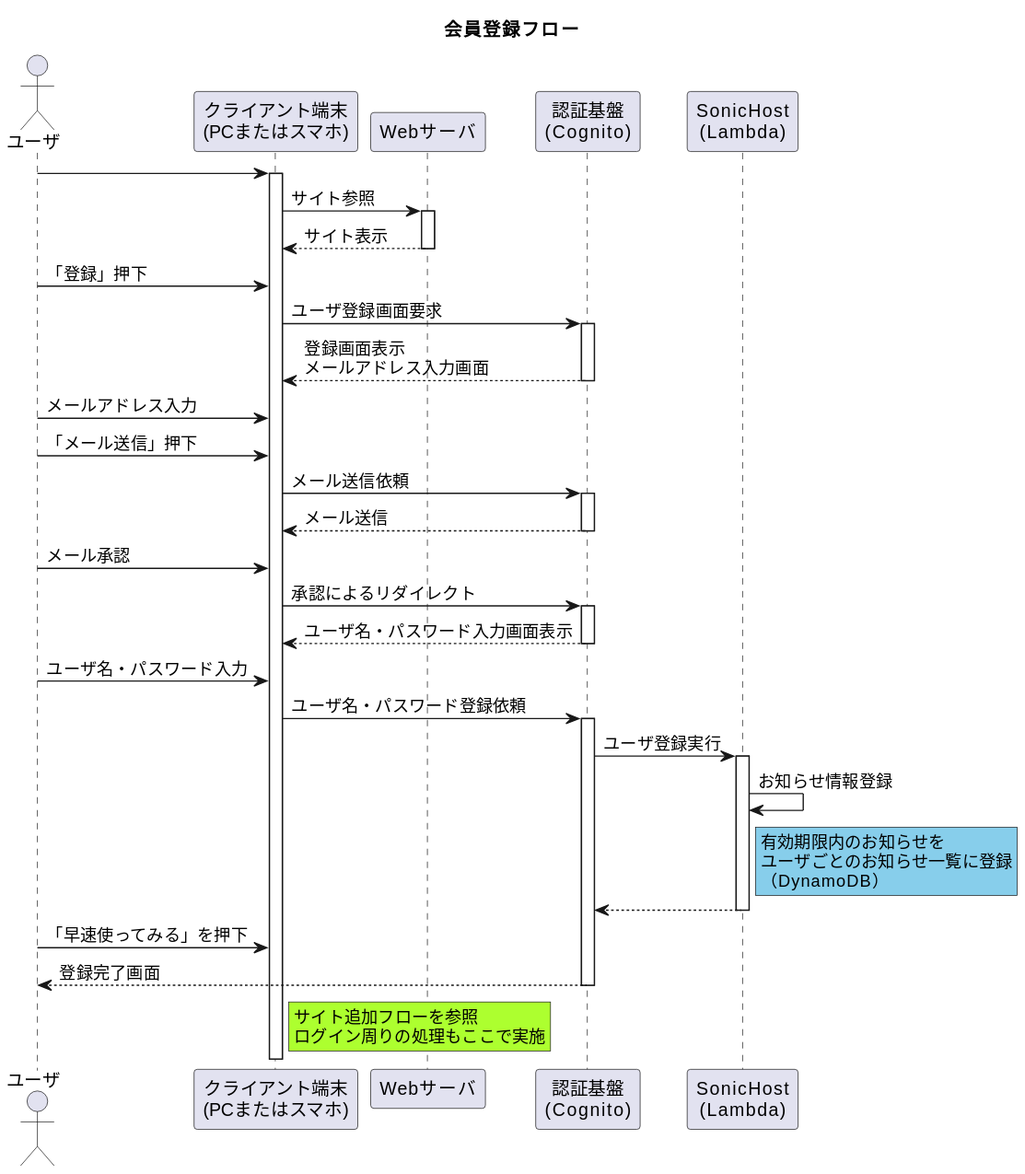
Above: 01_Sequences/01_UserRegistration/01_Registeration_Flow/registFlow.svg in Sonic-Host/documents (PlantUML), before the change.
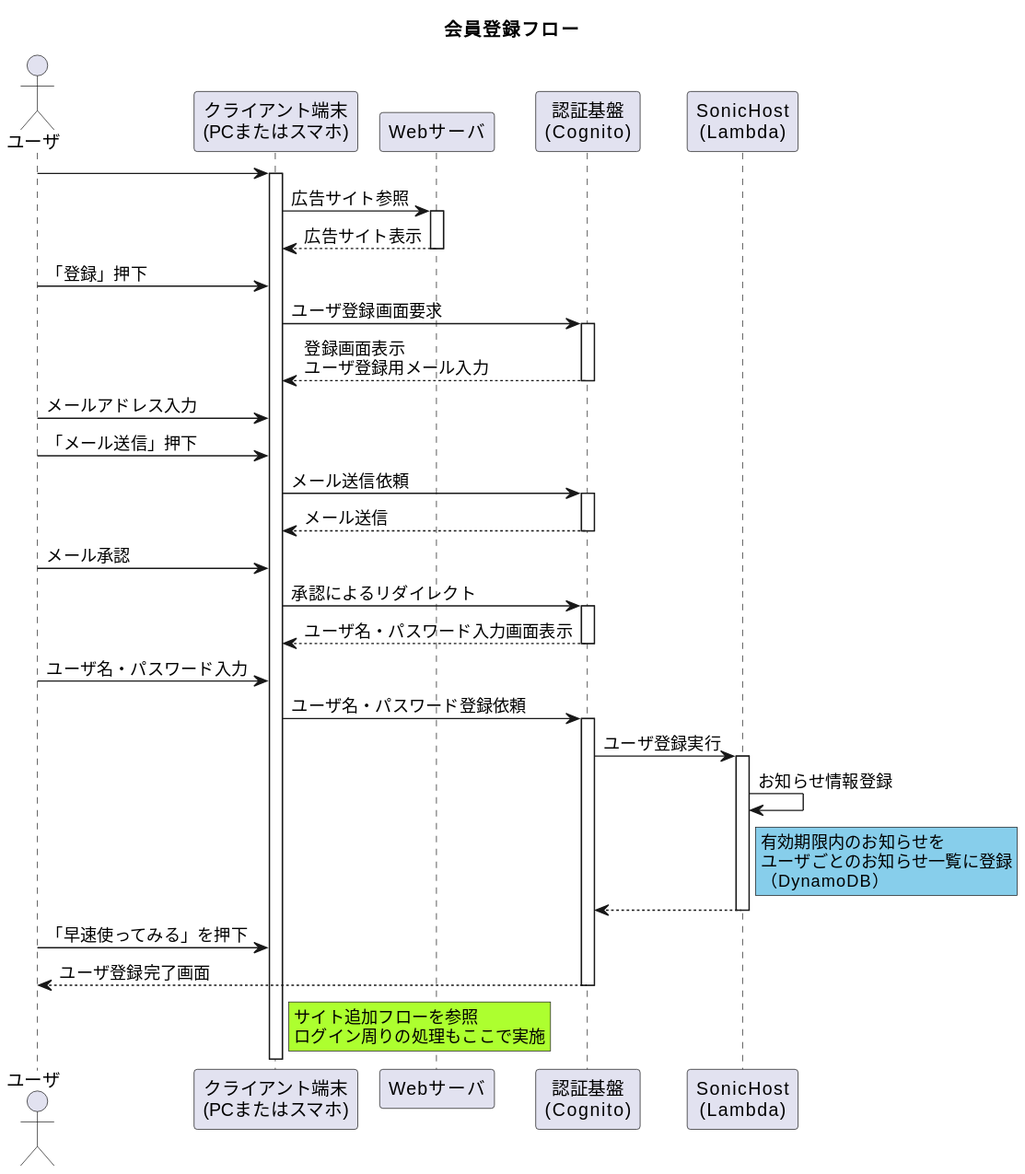
The same file after the commit.

Change to the diagram source:
```diff
@@ -8,12 +8,12 @@
 participant "SonicHost\n(Lambda)" as lambda
 
 user -> device ++
-device -> site ++ : サイト参照
-device <-- site -- : サイト表示
+device -> site ++ : 広告サイト参照
+device <-- site -- : 広告サイト表示
 user -> device : 「登録」押下
 
 device -> cognito ++ : ユーザ登録画面要求
-device <-- cognito -- : 登録画面表示\nメールアドレス入力画面
+device <-- cognito -- : 登録画面表示\nユーザ登録用メール入力
 user -> device : メールアドレス入力
 user -> device : 「メール送信」押下
 device -> cognito ++ : メール送信依頼
@@ -32,7 +32,7 @@
 end note
 cognito <-- lambda --
 user -> device : 「早速使ってみる」を押下
-user <-- cognito -- : 登録完了画面
+user <-- cognito -- : ユーザ登録完了画面
 
 rnote right of device #GreenYellow
     サイト追加フローを参照
```
